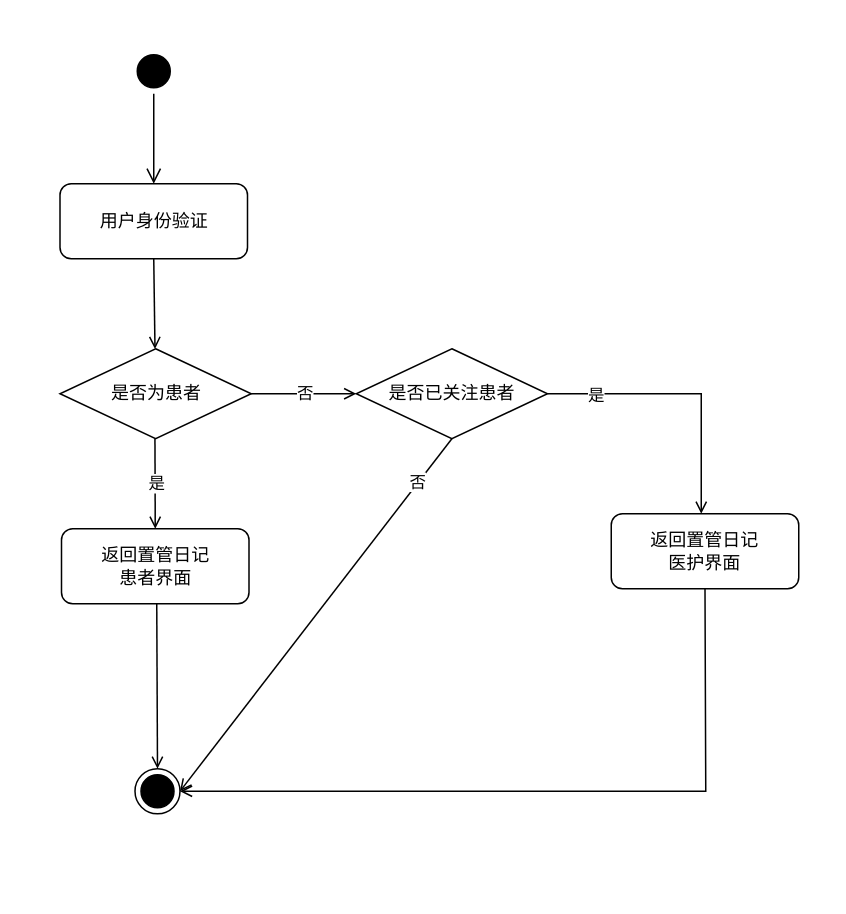
Above: 小程序_状态图.drawio in ssssszj/Drawio (draw.io), before the change. Source tidied: cells renumbered, new cells numbered last; positions are measured from the earlier drawing's top-left corner, leaving out a move shared by most shapes. Both pictures are drawn from the tidied source at 150%, with x=0, y=0 at pixel (26, 26).
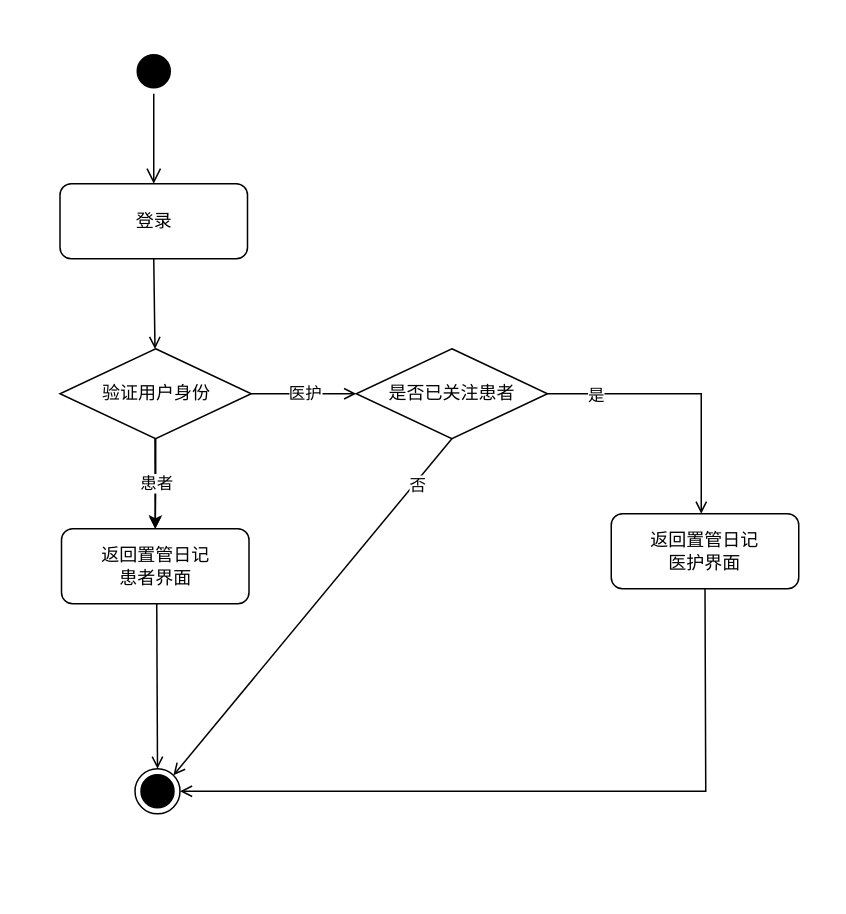
The same page after the edit.

Commit message (it also covers changes not shown here):
更新小程序_状态图.drawio

The change refers to these unchanged cells:
```xml
<mxCell id="5" style="ellipse;html=1;shape=endState;fillColor=#000000;strokeColor=#000000;" parent="1" vertex="1">
  <mxGeometry x="72.5" y="495" width="30" height="30" as="geometry" />
</mxCell>
<mxCell id="9" style="endArrow=open;html=1;rounded=0;endFill=0;exitX=0.5;exitY=1;exitDx=0;exitDy=0;entryX=0.5;entryY=0;entryDx=0;entryDy=0;" parent="1" edge="1" target="11">
  <mxGeometry relative="1" as="geometry">
    <mxPoint x="85.8" y="275" as="sourcePoint" />
  </mxGeometry>
</mxCell>
<mxCell id="11" value="返回置管日记&lt;div&gt;患者界面&lt;/div&gt;" style="rounded=1;whiteSpace=wrap;html=1;" parent="1" vertex="1">
  <mxGeometry x="23.5" y="335" width="125" height="50" as="geometry" />
</mxCell>
<mxCell id="13" style="endArrow=open;html=1;rounded=0;endFill=0;exitX=1;exitY=0.5;exitDx=0;exitDy=0;" parent="1" edge="1" source="8">
  <mxGeometry relative="1" as="geometry">
    <mxPoint x="220" y="245" as="targetPoint" />
  </mxGeometry>
</mxCell>
<mxCell id="15" value="是否已关注患者" style="rhombus;whiteSpace=wrap;html=1;" parent="1" vertex="1">
  <mxGeometry x="220" y="215" width="127.5" height="60" as="geometry" />
</mxCell>
```

Change to the diagram source:
```diff
@@
-    <mxCell id="6" value="用户身份验证" style="rounded=1;whiteSpace=wrap;html=1;" parent="1" vertex="1">
+    <mxCell id="6" value="登录" style="rounded=1;whiteSpace=wrap;html=1;" parent="1" vertex="1">
       <mxGeometry x="22.5" y="105" width="125" height="50" as="geometry" />
     </mxCell>
@@
+    <mxCell id="22" style="edgeStyle=orthogonalEdgeStyle;rounded=0;jettySize=auto;html=1;" parent="1" edge="1" source="8" target="11">
+      <mxGeometry relative="1" as="geometry" />
+    </mxCell>
-    <mxCell id="8" value="是否为患者" style="rhombus;whiteSpace=wrap;html=1;" parent="1" vertex="1">
+    <mxCell id="8" value="验证用户身份" style="rhombus;whiteSpace=wrap;html=1;" parent="1" vertex="1">
       <mxGeometry x="22.5" y="215" width="127.5" height="60" as="geometry" />
     </mxCell>
@@
-    <mxCell id="10" value="是" style="edgeLabel;html=1;align=center;verticalAlign=middle;" parent="9" vertex="1">
+    <mxCell id="10" value="患者" style="edgeLabel;html=1;align=center;verticalAlign=middle;" parent="9" vertex="1">
       <mxGeometry y="1" relative="1" as="geometry" />
     </mxCell>
@@
-    <mxCell id="14" value="否" style="edgeLabel;html=1;align=center;verticalAlign=middle;" parent="13" vertex="1">
+    <mxCell id="14" value="医护" style="edgeLabel;html=1;align=center;verticalAlign=middle;" parent="13" vertex="1">
       <mxGeometry y="1" relative="1" as="geometry" />
     </mxCell>
@@
-    <mxCell id="16" style="endArrow=open;html=1;rounded=0;endFill=0;exitX=0.5;exitY=1;exitDx=0;exitDy=0;entryX=1;entryY=0.5;entryDx=0;entryDy=0;" parent="1" edge="1" source="15" target="5">
+    <mxCell id="16" style="endArrow=open;html=1;rounded=0;endFill=0;exitX=0.5;exitY=1;exitDx=0;exitDy=0;entryX=1;entryY=0;entryDx=0;entryDy=0;" parent="1" edge="1" source="15" target="5">
       <mxGeometry relative="1" as="geometry" />
     </mxCell>
     <mxCell id="17" value="否" style="edgeLabel;html=1;align=center;verticalAlign=middle;" parent="16" vertex="1">
       <mxGeometry y="1" relative="1" as="geometry">
-        <mxPoint x="66" y="-89" as="offset" />
+        <mxPoint x="69" y="-83" as="offset" />
       </mxGeometry>
     </mxCell>
```
